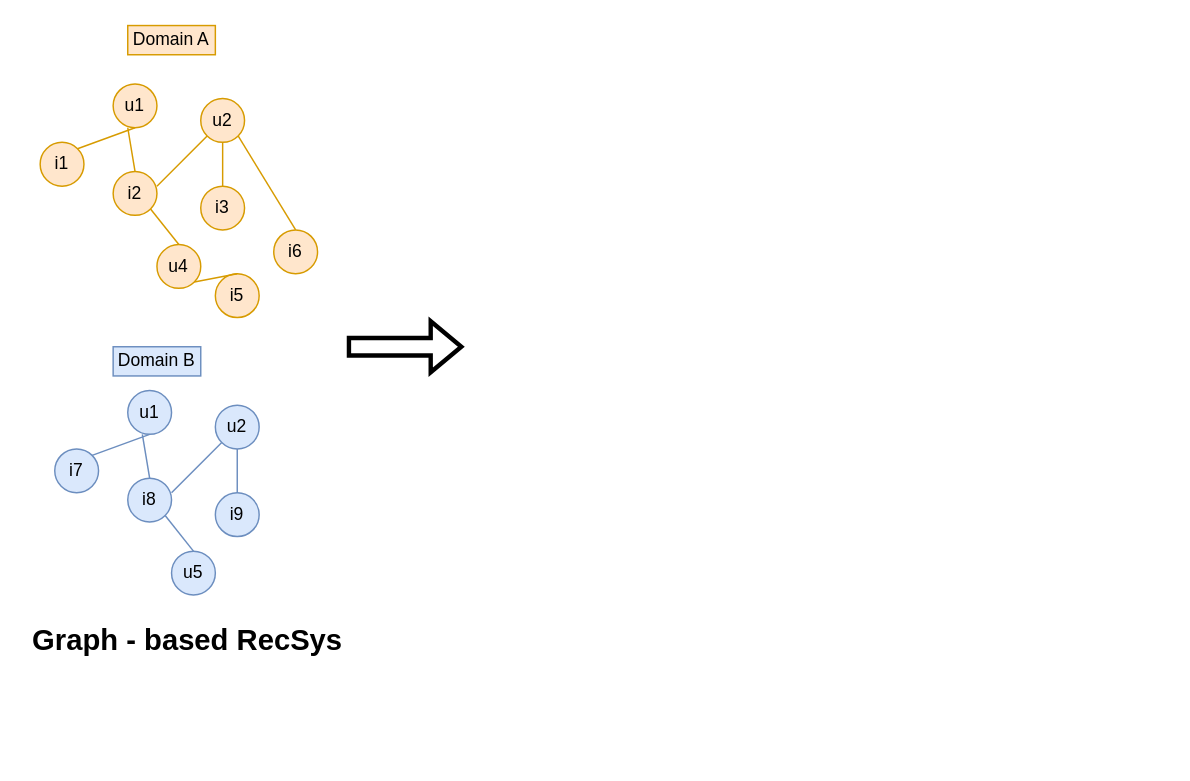
minhkks/Mini_Project_VDT keeps this draw.io diagram as page "Page-2" (2 of 2) of VDT.drawio. Above is the earlier version. Source tidied: cells renumbered, new cells numbered last; positions are measured from the earlier drawing's top-left corner, leaving out a move shared by most shapes. Both pictures are drawn from the tidied source at 146%, with x=0, y=0 at pixel (25, 25).
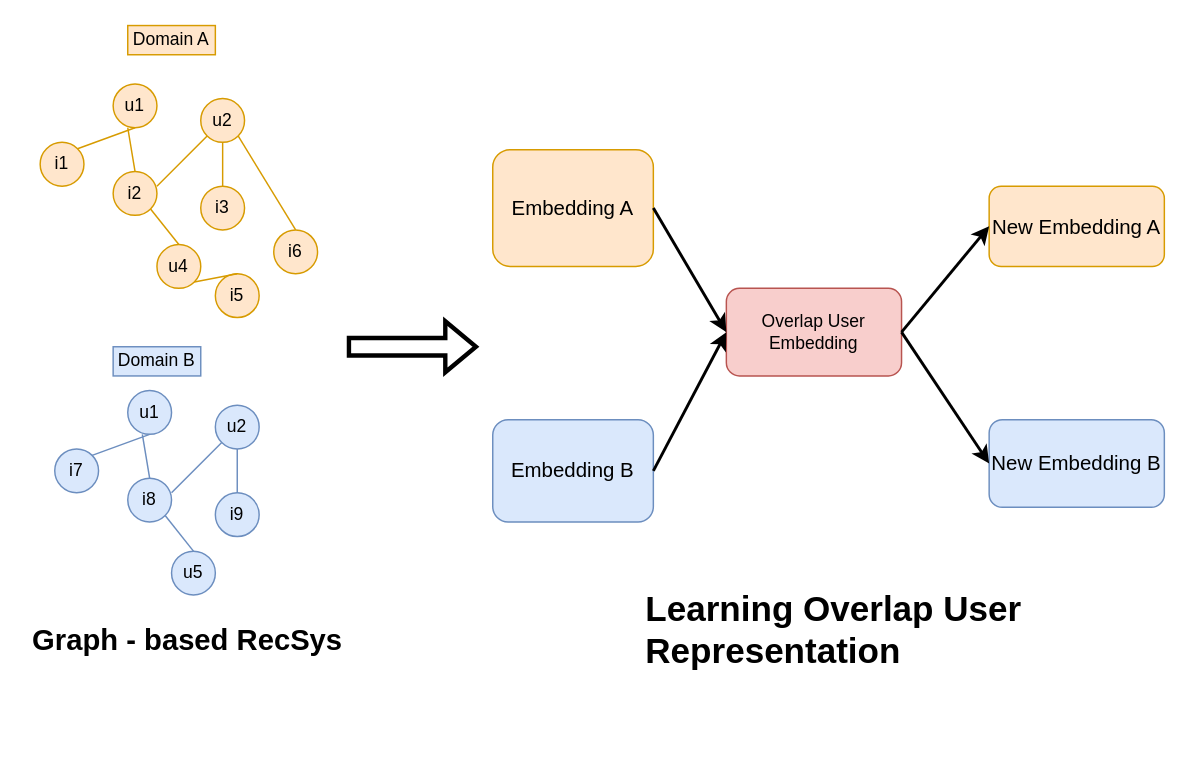
The same diagram, later.

What changed in the source:
```diff
@@
     <mxCell id="31" style="shape=flexArrow;endArrow=classic;html=1;rounded=0;strokeWidth=3;" parent="1" edge="1">
       <mxGeometry relative="1" as="geometry">
         <mxPoint x="220" y="220" as="sourcePoint" />
-        <mxPoint x="300" y="220" as="targetPoint" />
+        <mxPoint x="310" y="220" as="targetPoint" />
       </mxGeometry>
     </mxCell>
+    <mxCell id="32" value="&lt;span style=&quot;font-size: 14px;&quot;&gt;Embedding A&lt;/span&gt;" style="rounded=1;whiteSpace=wrap;html=1;fillColor=#ffe6cc;strokeColor=#d79b00;" parent="1" vertex="1">
+      <mxGeometry x="320" y="85" width="110" height="80" as="geometry" />
+    </mxCell>
+    <mxCell id="33" value="&lt;span style=&quot;font-size: 14px;&quot;&gt;Embedding B&lt;/span&gt;" style="rounded=1;whiteSpace=wrap;html=1;fillColor=#dae8fc;strokeColor=#6c8ebf;" parent="1" vertex="1">
+      <mxGeometry x="320" y="270" width="110" height="70" as="geometry" />
+    </mxCell>
+    <mxCell id="34" value="Overlap User&lt;br&gt;Embedding" style="rounded=1;whiteSpace=wrap;html=1;fillColor=#f8cecc;strokeColor=#b85450;" parent="1" vertex="1">
+      <mxGeometry x="480" y="180" width="120" height="60" as="geometry" />
+    </mxCell>
+    <mxCell id="35" value="&lt;span style=&quot;font-size: 14px;&quot;&gt;New Embedding A&lt;/span&gt;" style="rounded=1;whiteSpace=wrap;html=1;fillColor=#ffe6cc;strokeColor=#d79b00;" parent="1" vertex="1">
+      <mxGeometry x="660" y="110" width="120" height="55" as="geometry" />
+    </mxCell>
+    <mxCell id="36" value="&lt;span style=&quot;font-size: 14px;&quot;&gt;New Embedding B&lt;/span&gt;" style="rounded=1;whiteSpace=wrap;html=1;fillColor=#dae8fc;strokeColor=#6c8ebf;" parent="1" vertex="1">
+      <mxGeometry x="660" y="270" width="120" height="60" as="geometry" />
+    </mxCell>
+    <mxCell id="37" value="&lt;h1&gt;Learning Overlap User Representation&lt;/h1&gt;" style="text;html=1;strokeColor=none;fillColor=none;spacing=5;spacingTop=-20;whiteSpace=wrap;overflow=hidden;rounded=0;" parent="1" vertex="1">
+      <mxGeometry x="420" y="380" width="270" height="120" as="geometry" />
+    </mxCell>
+    <mxCell id="38" style="endArrow=classic;html=1;rounded=0;exitX=1;exitY=0.5;exitDx=0;exitDy=0;entryX=0;entryY=0.5;entryDx=0;entryDy=0;strokeWidth=2;" parent="1" edge="1" source="33" target="34">
+      <mxGeometry relative="1" as="geometry" />
+    </mxCell>
+    <mxCell id="39" style="endArrow=classic;html=1;rounded=0;exitX=1;exitY=0.5;exitDx=0;exitDy=0;entryX=0;entryY=0.5;entryDx=0;entryDy=0;strokeWidth=2;" parent="1" edge="1" source="32" target="34">
+      <mxGeometry relative="1" as="geometry" />
+    </mxCell>
+    <mxCell id="40" style="endArrow=classic;html=1;rounded=0;exitX=1;exitY=0.5;exitDx=0;exitDy=0;entryX=0;entryY=0.5;entryDx=0;entryDy=0;strokeWidth=2;" parent="1" edge="1" source="34" target="35">
+      <mxGeometry relative="1" as="geometry" />
+    </mxCell>
+    <mxCell id="41" style="endArrow=classic;html=1;rounded=0;exitX=1;exitY=0.5;exitDx=0;exitDy=0;entryX=0;entryY=0.5;entryDx=0;entryDy=0;strokeWidth=2;" parent="1" edge="1" source="34" target="36">
+      <mxGeometry relative="1" as="geometry" />
+    </mxCell>
```
